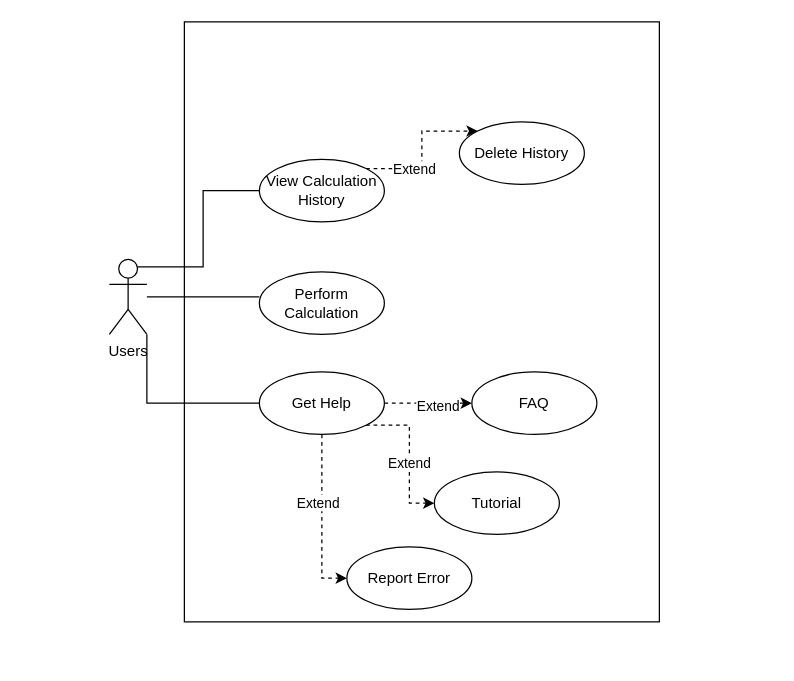
gelaws-hub/ta-rplbk keeps this draw.io diagram as Use Case.drawio. Above is the earlier version. Source tidied: cells renumbered, new cells numbered last; positions are measured from the earlier drawing's top-left corner, leaving out a move shared by most shapes. Both pictures are drawn from the tidied source at 125%, with x=0, y=0 at pixel (109, 21).
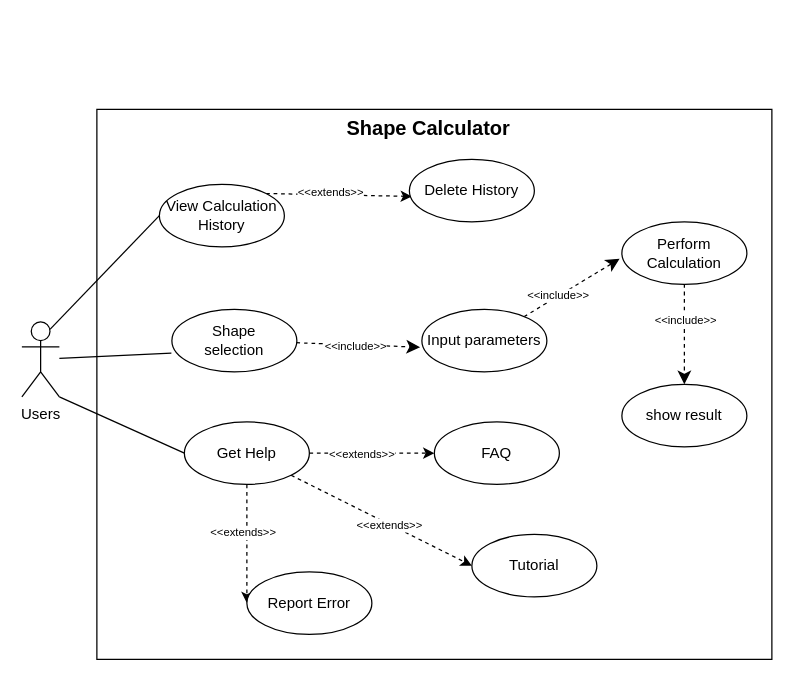
The same page after the edit.

Diff of the diagram source:
```diff
@@
-    <mxCell id="2" style="rounded=0;whiteSpace=wrap;html=1;shadow=0;fillColor=none;" parent="1" vertex="1">
-      <mxGeometry x="60" width="380" height="480" as="geometry" />
-    </mxCell>
+    <mxCell id="22" style="rounded=0;whiteSpace=wrap;html=1;fillColor=none;" parent="1" vertex="1">
+      <mxGeometry x="-10" y="70" width="540" height="440" as="geometry" />
+    </mxCell>
-    <mxCell id="3" style="edgeStyle=orthogonalEdgeStyle;rounded=0;jettySize=auto;html=1;exitX=0.75;exitY=0.1;exitDx=0;exitDy=0;exitPerimeter=0;entryX=0;entryY=0.5;entryDx=0;entryDy=0;endArrow=none;endFill=0;" parent="1" edge="1" source="5" target="9">
+    <mxCell id="3" style="rounded=0;jettySize=auto;html=1;exitX=0.75;exitY=0.1;exitDx=0;exitDy=0;exitPerimeter=0;entryX=0;entryY=0.5;entryDx=0;entryDy=0;endArrow=none;endFill=0;" parent="1" edge="1" source="5" target="9">
       <mxGeometry relative="1" as="geometry" />
     </mxCell>
-    <mxCell id="4" style="edgeStyle=orthogonalEdgeStyle;rounded=0;jettySize=auto;html=1;exitX=1;exitY=1;exitDx=0;exitDy=0;exitPerimeter=0;entryX=0;entryY=0.5;entryDx=0;entryDy=0;endArrow=none;endFill=0;" parent="1" edge="1" source="5" target="17">
+    <mxCell id="4" style="rounded=0;jettySize=auto;html=1;exitX=1;exitY=1;exitDx=0;exitDy=0;exitPerimeter=0;entryX=0;entryY=0.5;entryDx=0;entryDy=0;endArrow=none;endFill=0;" parent="1" edge="1" source="5" target="17">
       <mxGeometry relative="1" as="geometry" />
     </mxCell>
     <mxCell id="5" value="Users" style="shape=umlActor;verticalLabelPosition=bottom;verticalAlign=top;html=1;" parent="1" vertex="1">
-      <mxGeometry y="190" width="30" height="60" as="geometry" />
+      <mxGeometry x="-70" y="240" width="30" height="60" as="geometry" />
     </mxCell>
     <mxCell id="6" value="Perform Calculation" style="ellipse;whiteSpace=wrap;html=1;" parent="1" vertex="1">
-      <mxGeometry x="120" y="200" width="100" height="50" as="geometry" />
+      <mxGeometry x="410" y="160" width="100" height="50" as="geometry" />
     </mxCell>
-    <mxCell id="7" style="edgeStyle=orthogonalEdgeStyle;rounded=0;jettySize=auto;html=1;exitX=1;exitY=0;exitDx=0;exitDy=0;entryX=0;entryY=0;entryDx=0;entryDy=0;dashed=1;" parent="1" edge="1" source="9" target="10">
+    <mxCell id="7" style="rounded=0;jettySize=auto;html=1;exitX=1;exitY=0;exitDx=0;exitDy=0;dashed=1;entryX=0.02;entryY=0.593;entryDx=0;entryDy=0;entryPerimeter=0;" parent="1" edge="1" source="9" target="10">
       <mxGeometry relative="1" as="geometry" />
     </mxCell>
-    <mxCell id="8" value="Extend" style="edgeLabel;html=1;align=center;verticalAlign=middle;" parent="7" vertex="1">
-      <mxGeometry x="-0.36" relative="1" as="geometry" />
+    <mxCell id="8" value="&amp;lt;&amp;lt;extends&amp;gt;&amp;gt;" style="edgeLabel;html=1;align=center;verticalAlign=middle;fontSize=9;" parent="7" vertex="1">
+      <mxGeometry x="-0.36" relative="1" as="geometry">
+        <mxPoint x="14" y="-2" as="offset" />
+      </mxGeometry>
     </mxCell>
     <mxCell id="9" value="View Calculation History" style="ellipse;whiteSpace=wrap;html=1;" parent="1" vertex="1">
-      <mxGeometry x="120" y="110" width="100" height="50" as="geometry" />
+      <mxGeometry x="40" y="130" width="100" height="50" as="geometry" />
     </mxCell>
     <mxCell id="10" value="Delete History" style="ellipse;whiteSpace=wrap;html=1;" parent="1" vertex="1">
-      <mxGeometry x="280" y="80" width="100" height="50" as="geometry" />
+      <mxGeometry x="240" y="110" width="100" height="50" as="geometry" />
     </mxCell>
-    <mxCell id="11" style="edgeStyle=orthogonalEdgeStyle;rounded=0;jettySize=auto;html=1;exitX=1;exitY=0.5;exitDx=0;exitDy=0;entryX=0;entryY=0.5;entryDx=0;entryDy=0;dashed=1;" parent="1" edge="1" source="17" target="18">
+    <mxCell id="11" style="rounded=0;jettySize=auto;html=1;exitX=1;exitY=0.5;exitDx=0;exitDy=0;entryX=0;entryY=0.5;entryDx=0;entryDy=0;dashed=1;" parent="1" edge="1" source="17" target="18">
       <mxGeometry relative="1" as="geometry" />
     </mxCell>
-    <mxCell id="12" value="Extend" style="edgeLabel;html=1;align=center;verticalAlign=middle;" parent="11" vertex="1">
-      <mxGeometry x="0.19" y="-2" relative="1" as="geometry" />
+    <mxCell id="12" value="&amp;lt;&amp;lt;extends&amp;gt;&amp;gt;" style="edgeLabel;html=1;align=center;verticalAlign=middle;fontSize=9;" parent="11" vertex="1">
+      <mxGeometry x="0.19" y="-2" relative="1" as="geometry">
+        <mxPoint x="-19" y="-2" as="offset" />
+      </mxGeometry>
     </mxCell>
-    <mxCell id="13" style="edgeStyle=orthogonalEdgeStyle;rounded=0;jettySize=auto;html=1;exitX=1;exitY=1;exitDx=0;exitDy=0;entryX=0;entryY=0.5;entryDx=0;entryDy=0;dashed=1;" parent="1" edge="1" source="17" target="19">
+    <mxCell id="13" style="rounded=0;jettySize=auto;html=1;exitX=1;exitY=1;exitDx=0;exitDy=0;entryX=0;entryY=0.5;entryDx=0;entryDy=0;dashed=1;" parent="1" edge="1" source="17" target="19">
       <mxGeometry relative="1" as="geometry" />
     </mxCell>
-    <mxCell id="14" value="Extend" style="edgeLabel;html=1;align=center;verticalAlign=middle;" parent="13" vertex="1">
+    <mxCell id="14" value="&amp;lt;&amp;lt;extends&amp;gt;&amp;gt;" style="edgeLabel;html=1;align=center;verticalAlign=middle;fontSize=9;" parent="13" vertex="1">
       <mxGeometry x="0.09" y="-1" relative="1" as="geometry" />
     </mxCell>
-    <mxCell id="15" style="edgeStyle=orthogonalEdgeStyle;rounded=0;jettySize=auto;html=1;exitX=0.5;exitY=1;exitDx=0;exitDy=0;entryX=0;entryY=0.5;entryDx=0;entryDy=0;dashed=1;" parent="1" edge="1" source="17" target="21">
+    <mxCell id="15" style="rounded=0;jettySize=auto;html=1;exitX=0.5;exitY=1;exitDx=0;exitDy=0;entryX=0;entryY=0.5;entryDx=0;entryDy=0;dashed=1;" parent="1" edge="1" source="17" target="21">
       <mxGeometry relative="1" as="geometry" />
     </mxCell>
-    <mxCell id="16" value="Extend" style="edgeLabel;html=1;align=center;verticalAlign=middle;" parent="15" vertex="1">
+    <mxCell id="16" value="&amp;lt;&amp;lt;extends&amp;gt;&amp;gt;" style="edgeLabel;html=1;align=center;verticalAlign=middle;fontSize=9;" parent="15" vertex="1">
       <mxGeometry x="-0.2" y="-4" relative="1" as="geometry" />
     </mxCell>
     <mxCell id="17" value="Get Help" style="ellipse;whiteSpace=wrap;html=1;" parent="1" vertex="1">
-      <mxGeometry x="120" y="280" width="100" height="50" as="geometry" />
+      <mxGeometry x="60" y="320" width="100" height="50" as="geometry" />
     </mxCell>
     <mxCell id="18" value="FAQ" style="ellipse;whiteSpace=wrap;html=1;" parent="1" vertex="1">
-      <mxGeometry x="290" y="280" width="100" height="50" as="geometry" />
+      <mxGeometry x="260" y="320" width="100" height="50" as="geometry" />
     </mxCell>
     <mxCell id="19" value="Tutorial" style="ellipse;whiteSpace=wrap;html=1;" parent="1" vertex="1">
-      <mxGeometry x="260" y="360" width="100" height="50" as="geometry" />
+      <mxGeometry x="290" y="410" width="100" height="50" as="geometry" />
     </mxCell>
-    <mxCell id="20" style="edgeStyle=orthogonalEdgeStyle;rounded=0;jettySize=auto;html=1;endArrow=none;endFill=0;" parent="1" edge="1" source="5">
-      <mxGeometry relative="1" as="geometry">
-        <mxPoint x="120" y="220" as="targetPoint" />
-      </mxGeometry>
-    </mxCell>
     <mxCell id="21" value="Report Error" style="ellipse;whiteSpace=wrap;html=1;" parent="1" vertex="1">
-      <mxGeometry x="190" y="420" width="100" height="50" as="geometry" />
+      <mxGeometry x="110" y="440" width="100" height="50" as="geometry" />
     </mxCell>
+    <mxCell id="23" style="edgeStyle=none;curved=1;rounded=0;jettySize=auto;html=1;entryX=-0.018;entryY=0.591;entryDx=0;entryDy=0;entryPerimeter=0;fontSize=12;startSize=8;endSize=8;dashed=1;" parent="1" edge="1" source="29" target="6">
+      <mxGeometry relative="1" as="geometry" />
+    </mxCell>
+    <mxCell id="24" value="&amp;lt;&amp;lt;include&amp;gt;&amp;gt;" style="edgeLabel;html=1;align=center;verticalAlign=middle;fontSize=9;" parent="23" vertex="1">
+      <mxGeometry x="-0.28" y="1" relative="1" as="geometry" />
+    </mxCell>
+    <mxCell id="25" style="edgeStyle=none;curved=1;rounded=0;jettySize=auto;html=1;entryX=-0.004;entryY=0.7;entryDx=0;entryDy=0;entryPerimeter=0;fontSize=12;startSize=8;endSize=8;endArrow=none;endFill=0;" parent="1" edge="1" source="5" target="26">
+      <mxGeometry relative="1" as="geometry" />
+    </mxCell>
+    <mxCell id="26" value="Shape&lt;div&gt;selection&lt;/div&gt;" style="ellipse;whiteSpace=wrap;html=1;" parent="1" vertex="1">
+      <mxGeometry x="50" y="230" width="100" height="50" as="geometry" />
+    </mxCell>
+    <mxCell id="27" style="edgeStyle=none;curved=1;rounded=0;jettySize=auto;html=1;entryX=-0.014;entryY=0.605;entryDx=0;entryDy=0;entryPerimeter=0;fontSize=12;startSize=8;endSize=8;dashed=1;" parent="1" edge="1" source="26" target="29">
+      <mxGeometry relative="1" as="geometry" />
+    </mxCell>
+    <mxCell id="28" value="&amp;lt;&amp;lt;include&amp;gt;&amp;gt;" style="edgeLabel;html=1;align=center;verticalAlign=middle;fontSize=9;" parent="27" vertex="1">
+      <mxGeometry x="-0.25" y="-1" relative="1" as="geometry">
+        <mxPoint x="10" as="offset" />
+      </mxGeometry>
+    </mxCell>
+    <mxCell id="29" value="Input parameters" style="ellipse;whiteSpace=wrap;html=1;" parent="1" vertex="1">
+      <mxGeometry x="250" y="230" width="100" height="50" as="geometry" />
+    </mxCell>
+    <mxCell id="30" value="show result" style="ellipse;whiteSpace=wrap;html=1;" parent="1" vertex="1">
+      <mxGeometry x="410" y="290" width="100" height="50" as="geometry" />
+    </mxCell>
+    <mxCell id="31" style="edgeStyle=none;curved=1;rounded=0;jettySize=auto;html=1;entryX=0.5;entryY=0;entryDx=0;entryDy=0;fontSize=12;startSize=8;endSize=8;dashed=1;" parent="1" edge="1" source="6" target="30">
+      <mxGeometry relative="1" as="geometry" />
+    </mxCell>
+    <mxCell id="32" value="&amp;lt;&amp;lt;include&amp;gt;&amp;gt;" style="edgeLabel;html=1;align=center;verticalAlign=middle;fontSize=9;" parent="31" vertex="1">
+      <mxGeometry x="-0.29" relative="1" as="geometry" />
+    </mxCell>
+    <mxCell id="33" value="Shape Calculator" style="text;html=1;align=center;verticalAlign=middle;strokeColor=none;fillColor=none;fontSize=16;fontStyle=1;" parent="1" vertex="1">
+      <mxGeometry x="180" y="70" width="150" height="30" as="geometry" />
+    </mxCell>
```
